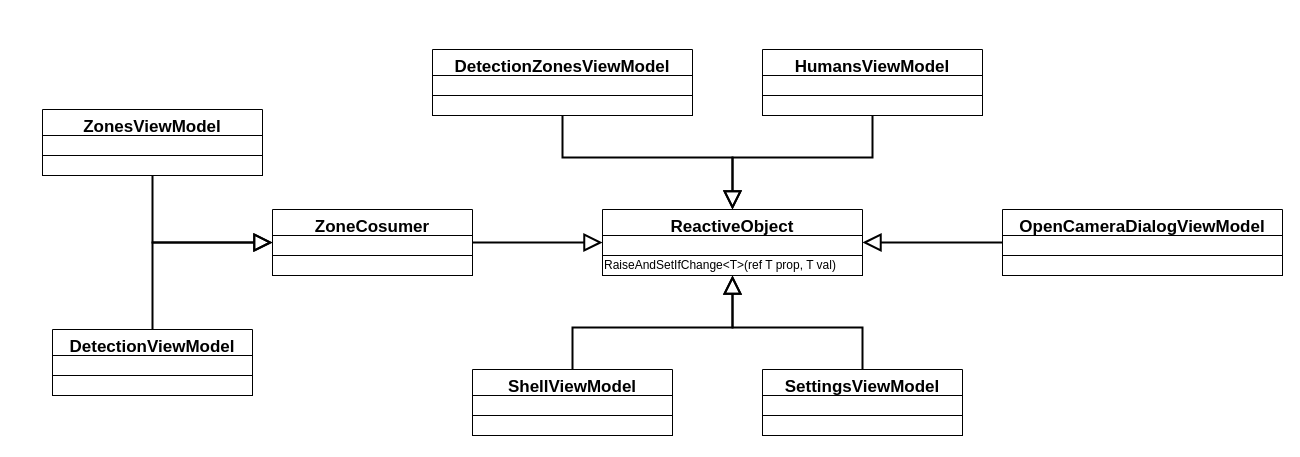
Above: page "ViewModels" (2 of 11) of Engineering/Packets-specify.drawio in GoldGreen/Skeletonization (draw.io), before the change. Source tidied: cells renumbered, new cells numbered last; positions are measured from the earlier drawing's top-left corner, leaving out a move shared by most shapes. Both pictures are drawn from the tidied source at 100%, with x=0, y=0 at pixel (42, 49).
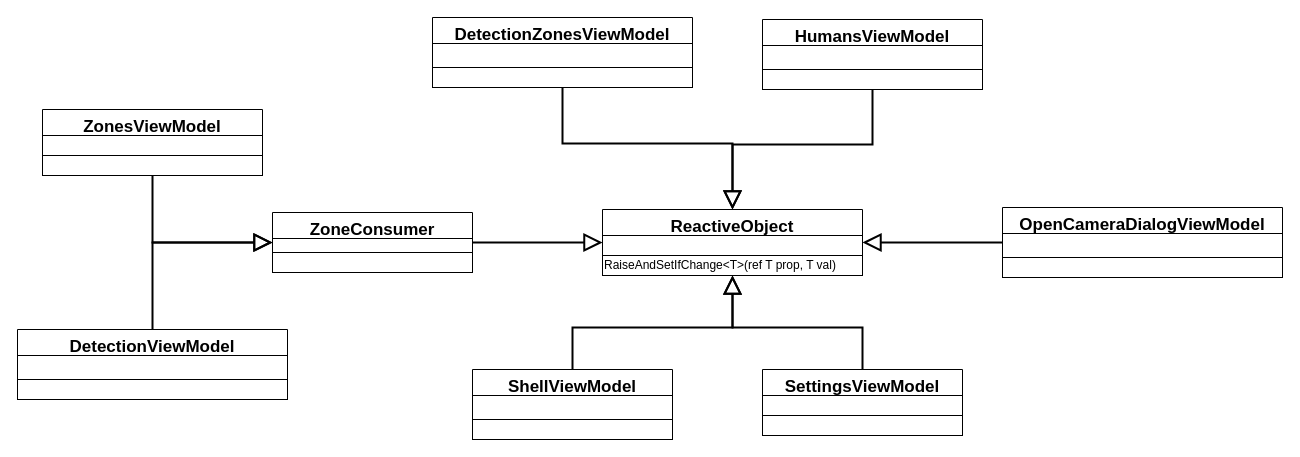
Above is the later version.

Diff of the diagram source:
```diff
@@
     <mxCell id="4" value="ShellViewModel" style="swimlane;fontStyle=1;align=center;verticalAlign=top;horizontal=1;startSize=26;fontSize=17;" parent="1" vertex="1">
-      <mxGeometry x="430" y="320" width="200" height="66" as="geometry" />
+      <mxGeometry x="430" y="320" width="200" height="70" as="geometry" />
     </mxCell>
     <mxCell id="5" style="rounded=0;whiteSpace=wrap;html=1;fontFamily=Helvetica;fontSize=12;fontColor=default;startSize=26;strokeColor=default;fillColor=default;align=left;" parent="4" vertex="1">
-      <mxGeometry y="26" width="200" height="20" as="geometry" />
+      <mxGeometry y="26" width="200" height="24" as="geometry" />
     </mxCell>
     <mxCell id="6" style="rounded=0;whiteSpace=wrap;html=1;fontFamily=Helvetica;fontSize=12;fontColor=default;startSize=26;strokeColor=default;fillColor=default;align=left;" parent="4" vertex="1">
-      <mxGeometry y="46" width="200" height="20" as="geometry" />
+      <mxGeometry y="50" width="200" height="20" as="geometry" />
     </mxCell>
@@
-    <mxCell id="8" value="ZoneCosumer" style="swimlane;fontStyle=1;align=center;verticalAlign=top;horizontal=1;startSize=26;fontSize=17;" parent="1" vertex="1">
-      <mxGeometry x="230" y="160" width="200" height="66" as="geometry" />
+    <mxCell id="8" value="ZoneConsumer" style="swimlane;fontStyle=1;align=center;verticalAlign=top;horizontal=1;startSize=26;fontSize=17;" parent="1" vertex="1">
+      <mxGeometry x="230" y="163" width="200" height="60" as="geometry" />
     </mxCell>
     <mxCell id="9" style="rounded=0;whiteSpace=wrap;html=1;fontFamily=Helvetica;fontSize=12;fontColor=default;startSize=26;strokeColor=default;fillColor=default;align=left;" parent="8" vertex="1">
-      <mxGeometry y="26" width="200" height="20" as="geometry" />
+      <mxGeometry y="26" width="200" height="14" as="geometry" />
     </mxCell>
     <mxCell id="10" style="rounded=0;whiteSpace=wrap;html=1;fontFamily=Helvetica;fontSize=12;fontColor=default;startSize=26;strokeColor=default;fillColor=default;align=left;" parent="8" vertex="1">
-      <mxGeometry y="46" width="200" height="20" as="geometry" />
+      <mxGeometry y="40" width="200" height="20" as="geometry" />
     </mxCell>
@@
     <mxCell id="16" value="DetectionZonesViewModel" style="swimlane;fontStyle=1;align=center;verticalAlign=top;horizontal=1;startSize=26;fontSize=17;" parent="1" vertex="1">
-      <mxGeometry x="390" width="260" height="66" as="geometry" />
+      <mxGeometry x="390" y="-32" width="260" height="70" as="geometry" />
     </mxCell>
     <mxCell id="17" style="rounded=0;whiteSpace=wrap;html=1;fontFamily=Helvetica;fontSize=12;fontColor=default;startSize=26;strokeColor=default;fillColor=default;align=left;" parent="16" vertex="1">
-      <mxGeometry y="26" width="260" height="20" as="geometry" />
+      <mxGeometry y="26" width="260" height="24" as="geometry" />
     </mxCell>
     <mxCell id="18" style="rounded=0;whiteSpace=wrap;html=1;fontFamily=Helvetica;fontSize=12;fontColor=default;startSize=26;strokeColor=default;fillColor=default;align=left;" parent="16" vertex="1">
-      <mxGeometry y="46" width="260" height="20" as="geometry" />
+      <mxGeometry y="50" width="260" height="20" as="geometry" />
     </mxCell>
@@
     <mxCell id="20" value="OpenCameraDialogViewModel" style="swimlane;fontStyle=1;align=center;verticalAlign=top;horizontal=1;startSize=26;fontSize=17;" parent="1" vertex="1">
-      <mxGeometry x="960" y="160" width="280" height="66" as="geometry" />
+      <mxGeometry x="960" y="158" width="280" height="70" as="geometry" />
     </mxCell>
     <mxCell id="21" style="rounded=0;whiteSpace=wrap;html=1;fontFamily=Helvetica;fontSize=12;fontColor=default;startSize=26;strokeColor=default;fillColor=default;align=left;" parent="20" vertex="1">
-      <mxGeometry y="26" width="280" height="20" as="geometry" />
+      <mxGeometry y="26" width="280" height="24" as="geometry" />
     </mxCell>
     <mxCell id="22" style="rounded=0;whiteSpace=wrap;html=1;fontFamily=Helvetica;fontSize=12;fontColor=default;startSize=26;strokeColor=default;fillColor=default;align=left;" parent="20" vertex="1">
-      <mxGeometry y="46" width="280" height="20" as="geometry" />
+      <mxGeometry y="50" width="280" height="20" as="geometry" />
     </mxCell>
@@
     <mxCell id="25" value="DetectionViewModel" style="swimlane;fontStyle=1;align=center;verticalAlign=top;horizontal=1;startSize=26;fontSize=17;" parent="1" vertex="1">
-      <mxGeometry x="10" y="280" width="200" height="66" as="geometry" />
+      <mxGeometry x="-25" y="280" width="270" height="70" as="geometry" />
     </mxCell>
     <mxCell id="26" style="rounded=0;whiteSpace=wrap;html=1;fontFamily=Helvetica;fontSize=12;fontColor=default;startSize=26;strokeColor=default;fillColor=default;align=left;" parent="25" vertex="1">
-      <mxGeometry y="26" width="200" height="20" as="geometry" />
+      <mxGeometry y="26" width="270" height="24" as="geometry" />
     </mxCell>
     <mxCell id="27" style="rounded=0;whiteSpace=wrap;html=1;fontFamily=Helvetica;fontSize=12;fontColor=default;startSize=26;strokeColor=default;fillColor=default;align=left;" parent="25" vertex="1">
-      <mxGeometry y="46" width="200" height="20" as="geometry" />
+      <mxGeometry y="50" width="270" height="20" as="geometry" />
     </mxCell>
@@
     <mxCell id="35" value="HumansViewModel" style="swimlane;fontStyle=1;align=center;verticalAlign=top;horizontal=1;startSize=26;fontSize=17;" parent="1" vertex="1">
-      <mxGeometry x="720" width="220" height="66" as="geometry" />
+      <mxGeometry x="720" y="-30" width="220" height="70" as="geometry" />
     </mxCell>
     <mxCell id="36" style="rounded=0;whiteSpace=wrap;html=1;fontFamily=Helvetica;fontSize=12;fontColor=default;startSize=26;strokeColor=default;fillColor=default;align=left;" parent="35" vertex="1">
-      <mxGeometry y="26" width="220" height="20" as="geometry" />
+      <mxGeometry y="26" width="220" height="24" as="geometry" />
     </mxCell>
     <mxCell id="37" style="rounded=0;whiteSpace=wrap;html=1;fontFamily=Helvetica;fontSize=12;fontColor=default;startSize=26;strokeColor=default;fillColor=default;align=left;" parent="35" vertex="1">
-      <mxGeometry y="46" width="220" height="20" as="geometry" />
+      <mxGeometry y="50" width="220" height="20" as="geometry" />
     </mxCell>
```
